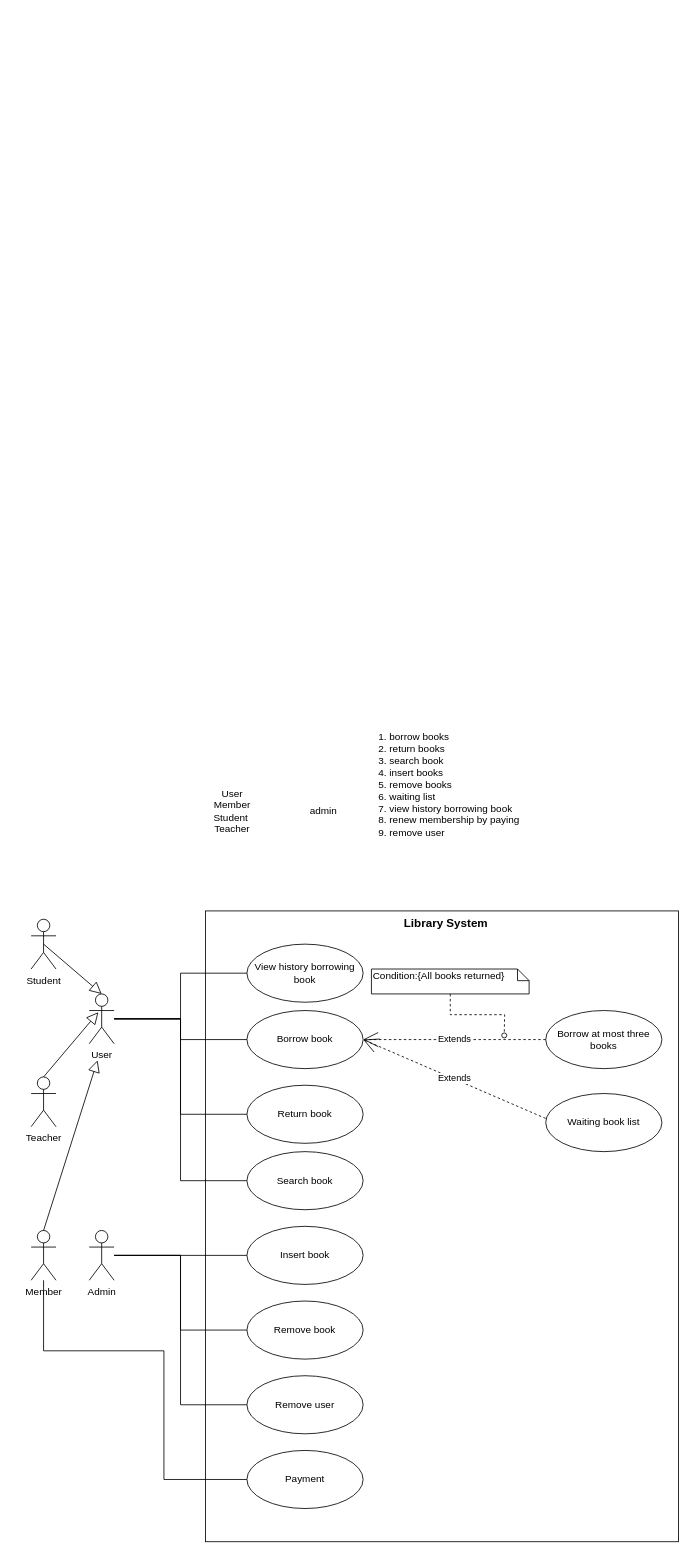
This is Homework_02/Homework_02_Group_1.drawio from vichhika/OOAD_Y3, a draw.io file, before an edit. Source tidied: cells renumbered, new cells numbered last; positions are measured from the earlier drawing's top-left corner, leaving out a move shared by most shapes. Both pictures are drawn from the tidied source at 83%, with x=0, y=0 at pixel (31, 720).
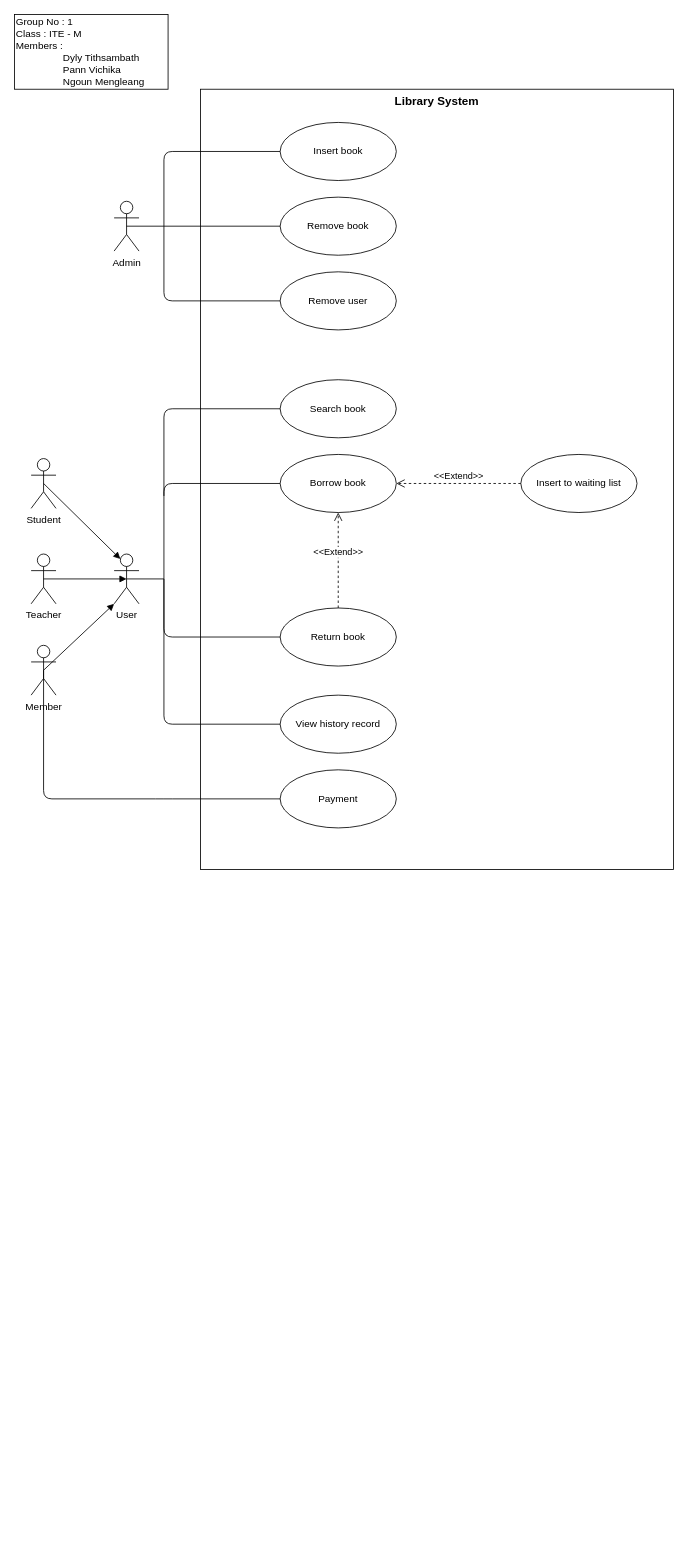
The same diagram, later.

Commit message (it also covers changes not shown here):
Corrected Some of User and reconstructed the structure

Change to the diagram source:
```diff
@@
-    <mxCell id="2" style="html=1;" parent="1" vertex="1">
-      <mxGeometry x="210" y="230" width="570" height="760" as="geometry" />
-    </mxCell>
-    <mxCell id="3" value="Borrow book" style="ellipse;whiteSpace=wrap;html=1;" parent="1" vertex="1">
-      <mxGeometry x="260" y="350" width="140" height="70" as="geometry" />
-    </mxCell>
-    <mxCell id="4" value="User&lt;br&gt;Member&lt;br&gt;Student&amp;nbsp;&lt;br&gt;Teacher" style="text;html=1;strokeColor=none;fillColor=none;align=center;verticalAlign=middle;whiteSpace=wrap;rounded=0;" parent="1" vertex="1">
-      <mxGeometry x="200" y="65" width="85" height="90" as="geometry" />
-    </mxCell>
-    <mxCell id="5" value="&lt;ol&gt;&lt;li&gt;borrow books&lt;/li&gt;&lt;li&gt;return books&lt;/li&gt;&lt;li&gt;search book&lt;/li&gt;&lt;li&gt;insert books&lt;/li&gt;&lt;li&gt;remove books&lt;/li&gt;&lt;li&gt;waiting list&lt;/li&gt;&lt;li&gt;view history borrowing book&lt;/li&gt;&lt;li&gt;renew membership by paying&lt;/li&gt;&lt;li&gt;remove user&lt;/li&gt;&lt;/ol&gt;" style="text;html=1;strokeColor=none;fillColor=none;align=left;verticalAlign=middle;whiteSpace=wrap;rounded=0;" parent="1" vertex="1">
-      <mxGeometry x="390" width="220" height="155" as="geometry" />
-    </mxCell>
-    <mxCell id="6" value="admin" style="text;html=1;strokeColor=none;fillColor=none;align=center;verticalAlign=middle;whiteSpace=wrap;rounded=0;" parent="1" vertex="1">
-      <mxGeometry x="310" y="65" width="85" height="90" as="geometry" />
-    </mxCell>
-    <mxCell id="7" value="Return book" style="ellipse;whiteSpace=wrap;html=1;" parent="1" vertex="1">
-      <mxGeometry x="260" y="440" width="140" height="70" as="geometry" />
-    </mxCell>
-    <mxCell id="8" value="Borrow at most three books" style="ellipse;whiteSpace=wrap;html=1;" parent="1" vertex="1">
-      <mxGeometry x="620" y="350" width="140" height="70" as="geometry" />
-    </mxCell>
-    <mxCell id="9" value="Search book" style="ellipse;whiteSpace=wrap;html=1;" parent="1" vertex="1">
-      <mxGeometry x="260" y="520" width="140" height="70" as="geometry" />
-    </mxCell>
-    <mxCell id="10" value="Condition:{All books returned}" style="shape=note;whiteSpace=wrap;html=1;size=14;verticalAlign=top;align=left;spacingTop=-6;" parent="1" vertex="1">
-      <mxGeometry x="410" y="300" width="190" height="30" as="geometry" />
-    </mxCell>
-    <mxCell id="11" value="Extends" style="endArrow=open;endSize=16;endFill=0;html=1;dashed=1;entryX=1;entryY=0.5;entryDx=0;entryDy=0;" parent="1" edge="1" source="8" target="3">
-      <mxGeometry relative="1" as="geometry" />
-    </mxCell>
-    <mxCell id="12" style="edgeStyle=orthogonalEdgeStyle;rounded=0;jettySize=auto;html=1;dashed=1;endArrow=oval;endFill=0;startArrow=none;startFill=0;" parent="1" edge="1" source="10">
-      <mxGeometry relative="1" as="geometry">
-        <mxPoint x="570" y="380" as="targetPoint" />
-      </mxGeometry>
-    </mxCell>
+    <mxCell id="24" value="Admin" style="shape=umlActor;verticalLabelPosition=bottom;verticalAlign=top;html=1;" parent="1" vertex="1">
+      <mxGeometry x="100" y="-625" width="30" height="60" as="geometry" />
+    </mxCell>
+    <mxCell id="25" value="Teacher" style="shape=umlActor;verticalLabelPosition=bottom;verticalAlign=top;html=1;" parent="1" vertex="1">
+      <mxGeometry y="-200" width="30" height="60" as="geometry" />
+    </mxCell>
+    <mxCell id="26" value="Student" style="shape=umlActor;verticalLabelPosition=bottom;verticalAlign=top;html=1;" parent="1" vertex="1">
+      <mxGeometry y="-315" width="30" height="60" as="geometry" />
+    </mxCell>
+    <mxCell id="31" value="User" style="shape=umlActor;verticalLabelPosition=bottom;verticalAlign=top;html=1;" parent="1" vertex="1">
+      <mxGeometry x="100" y="-200" width="30" height="60" as="geometry" />
+    </mxCell>
+    <mxCell id="33" value="Member" style="shape=umlActor;verticalLabelPosition=bottom;verticalAlign=top;html=1;" parent="1" vertex="1">
+      <mxGeometry y="-90" width="30" height="60" as="geometry" />
+    </mxCell>
+    <mxCell id="37" style="html=1;" parent="1" vertex="1">
+      <mxGeometry x="204" y="-760" width="570" height="940" as="geometry" />
+    </mxCell>
     <mxCell id="13" value="Insert book" style="ellipse;whiteSpace=wrap;html=1;" parent="1" vertex="1">
-      <mxGeometry x="260" y="610" width="140" height="70" as="geometry" />
+      <mxGeometry x="300" y="-720" width="140" height="70" as="geometry" />
     </mxCell>
     <mxCell id="14" value="Remove book" style="ellipse;whiteSpace=wrap;html=1;" parent="1" vertex="1">
-      <mxGeometry x="260" y="700" width="140" height="70" as="geometry" />
+      <mxGeometry x="300" y="-630" width="140" height="70" as="geometry" />
     </mxCell>
     <mxCell id="15" value="Remove user" style="ellipse;whiteSpace=wrap;html=1;" parent="1" vertex="1">
-      <mxGeometry x="260" y="790" width="140" height="70" as="geometry" />
+      <mxGeometry x="300" y="-540" width="140" height="70" as="geometry" />
     </mxCell>
+    <mxCell id="19" value="Payment" style="ellipse;whiteSpace=wrap;html=1;" parent="1" vertex="1">
+      <mxGeometry x="300" y="60" width="140" height="70" as="geometry" />
+    </mxCell>
+    <mxCell id="22" style="endArrow=none;html=1;exitX=0.5;exitY=0.5;exitDx=0;exitDy=0;exitPerimeter=0;entryX=0;entryY=0.5;entryDx=0;entryDy=0;" parent="1" edge="1" source="24" target="14">
+      <mxGeometry relative="1" as="geometry" />
+    </mxCell>
+    <mxCell id="38" style="endArrow=none;html=1;entryX=0;entryY=0.5;entryDx=0;entryDy=0;" parent="1" edge="1" target="13">
+      <mxGeometry relative="1" as="geometry">
+        <mxPoint x="160" y="-595" as="sourcePoint" />
+        <Array as="points">
+          <mxPoint x="160" y="-685" />
+        </Array>
+      </mxGeometry>
+    </mxCell>
+    <mxCell id="39" style="endArrow=none;html=1;entryX=0;entryY=0.5;entryDx=0;entryDy=0;" parent="1" edge="1" target="15">
+      <mxGeometry relative="1" as="geometry">
+        <mxPoint x="160" y="-595" as="sourcePoint" />
+        <Array as="points">
+          <mxPoint x="160" y="-505" />
+        </Array>
+      </mxGeometry>
+    </mxCell>
+    <mxCell id="9" value="Search book" style="ellipse;whiteSpace=wrap;html=1;" parent="1" vertex="1">
+      <mxGeometry x="300" y="-410" width="140" height="70" as="geometry" />
+    </mxCell>
+    <mxCell id="3" value="Borrow book" style="ellipse;whiteSpace=wrap;html=1;" parent="1" vertex="1">
+      <mxGeometry x="300" y="-320" width="140" height="70" as="geometry" />
+    </mxCell>
+    <mxCell id="7" value="Return book" style="ellipse;whiteSpace=wrap;html=1;" parent="1" vertex="1">
+      <mxGeometry x="300" y="-135" width="140" height="70" as="geometry" />
+    </mxCell>
+    <mxCell id="40" value="&amp;lt;&amp;lt;Extend&amp;gt;&amp;gt;" style="html=1;verticalAlign=bottom;endArrow=open;dashed=1;endSize=8;entryX=0.5;entryY=1;entryDx=0;entryDy=0;exitX=0.5;exitY=0;exitDx=0;exitDy=0;" parent="1" edge="1" source="7" target="3">
+      <mxGeometry relative="1" as="geometry" />
+    </mxCell>
-    <mxCell id="16" value="Waiting book list" style="ellipse;whiteSpace=wrap;html=1;" parent="1" vertex="1">
-      <mxGeometry x="620" y="450" width="140" height="70" as="geometry" />
+    <mxCell id="16" value="Insert to waiting list" style="ellipse;whiteSpace=wrap;html=1;" parent="1" vertex="1">
+      <mxGeometry x="590" y="-320" width="140" height="70" as="geometry" />
     </mxCell>
-    <mxCell id="17" value="Extends" style="endArrow=open;endSize=16;endFill=0;html=1;dashed=1;entryX=1;entryY=0.5;entryDx=0;entryDy=0;exitX=0;exitY=0.429;exitDx=0;exitDy=0;exitPerimeter=0;" parent="1" edge="1" source="16" target="3">
+    <mxCell id="17" value="&amp;lt;&amp;lt;Extend&amp;gt;&amp;gt;" style="html=1;verticalAlign=bottom;endArrow=open;dashed=1;endSize=8;entryX=1;entryY=0.5;entryDx=0;entryDy=0;exitX=0;exitY=0.5;exitDx=0;exitDy=0;" parent="1" edge="1" source="16" target="3">
       <mxGeometry relative="1" as="geometry" />
     </mxCell>
-    <mxCell id="18" value="View history borrowing book" style="ellipse;whiteSpace=wrap;html=1;" parent="1" vertex="1">
-      <mxGeometry x="260" y="270" width="140" height="70" as="geometry" />
+    <mxCell id="18" value="View history record" style="ellipse;whiteSpace=wrap;html=1;" parent="1" vertex="1">
+      <mxGeometry x="300" y="-30" width="140" height="70" as="geometry" />
     </mxCell>
-    <mxCell id="19" value="Payment" style="ellipse;whiteSpace=wrap;html=1;" parent="1" vertex="1">
-      <mxGeometry x="260" y="880" width="140" height="70" as="geometry" />
-    </mxCell>
+    <mxCell id="41" style="endArrow=none;html=1;entryX=0;entryY=0.5;entryDx=0;entryDy=0;" parent="1" edge="1" target="9">
+      <mxGeometry relative="1" as="geometry">
+        <mxPoint x="160" y="-270" as="sourcePoint" />
+        <Array as="points">
+          <mxPoint x="160" y="-270" />
+          <mxPoint x="160" y="-375" />
+        </Array>
+      </mxGeometry>
+    </mxCell>
+    <mxCell id="42" style="endArrow=none;html=1;entryX=0;entryY=0.5;entryDx=0;entryDy=0;" parent="1" edge="1" target="3">
+      <mxGeometry relative="1" as="geometry">
+        <mxPoint x="160" y="-170" as="sourcePoint" />
+        <Array as="points">
+          <mxPoint x="160" y="-285" />
+        </Array>
+      </mxGeometry>
+    </mxCell>
+    <mxCell id="43" style="endArrow=none;html=1;entryX=0;entryY=0.5;entryDx=0;entryDy=0;" parent="1" edge="1" target="7">
+      <mxGeometry relative="1" as="geometry">
+        <mxPoint x="160" y="-170" as="sourcePoint" />
+        <Array as="points">
+          <mxPoint x="160" y="-100" />
+        </Array>
+      </mxGeometry>
+    </mxCell>
+    <mxCell id="44" style="endArrow=none;html=1;entryX=0;entryY=0.5;entryDx=0;entryDy=0;" parent="1" edge="1" target="18">
+      <mxGeometry relative="1" as="geometry">
+        <mxPoint x="160" y="-170" as="sourcePoint" />
+        <Array as="points">
+          <mxPoint x="160" y="5" />
+        </Array>
+      </mxGeometry>
+    </mxCell>
+    <mxCell id="45" style="endArrow=none;html=1;exitX=0.5;exitY=0.5;exitDx=0;exitDy=0;exitPerimeter=0;" parent="1" edge="1" source="31">
+      <mxGeometry relative="1" as="geometry">
+        <mxPoint x="160" y="-170" as="targetPoint" />
+      </mxGeometry>
+    </mxCell>
+    <mxCell id="32" style="endArrow=none;html=1;entryX=0;entryY=0.5;entryDx=0;entryDy=0;exitX=0.5;exitY=0.5;exitDx=0;exitDy=0;exitPerimeter=0;" parent="1" edge="1" source="33" target="19">
+      <mxGeometry relative="1" as="geometry">
+        <Array as="points">
+          <mxPoint x="15" y="95" />
+          <mxPoint x="160" y="95" />
+        </Array>
+      </mxGeometry>
+    </mxCell>
     <mxCell id="20" value="&lt;font style=&quot;font-size: 14px&quot;&gt;&lt;b&gt;Library System&lt;/b&gt;&lt;/font&gt;" style="text;html=1;strokeColor=none;fillColor=none;align=center;verticalAlign=middle;whiteSpace=wrap;rounded=0;" parent="1" vertex="1">
-      <mxGeometry x="430" y="200" width="140" height="90" as="geometry" />
+      <mxGeometry x="419" y="-790" width="140" height="90" as="geometry" />
     </mxCell>
-    <mxCell id="21" style="edgeStyle=orthogonalEdgeStyle;rounded=0;jettySize=auto;html=1;entryX=0;entryY=0.5;entryDx=0;entryDy=0;startArrow=none;startFill=0;endArrow=none;endFill=0;" parent="1" edge="1" source="24" target="13">
-      <mxGeometry relative="1" as="geometry" />
-    </mxCell>
-    <mxCell id="22" style="edgeStyle=orthogonalEdgeStyle;rounded=0;jettySize=auto;html=1;entryX=0;entryY=0.5;entryDx=0;entryDy=0;startArrow=none;startFill=0;endArrow=none;endFill=0;" parent="1" edge="1" source="24" target="14">
-      <mxGeometry relative="1" as="geometry" />
-    </mxCell>
-    <mxCell id="23" style="edgeStyle=orthogonalEdgeStyle;rounded=0;jettySize=auto;html=1;entryX=0;entryY=0.5;entryDx=0;entryDy=0;startArrow=none;startFill=0;endArrow=none;endFill=0;" parent="1" edge="1" source="24" target="15">
-      <mxGeometry relative="1" as="geometry" />
-    </mxCell>
-    <mxCell id="24" value="Admin" style="shape=umlActor;verticalLabelPosition=bottom;verticalAlign=top;html=1;" parent="1" vertex="1">
-      <mxGeometry x="70" y="615" width="30" height="60" as="geometry" />
-    </mxCell>
-    <mxCell id="25" value="Teacher" style="shape=umlActor;verticalLabelPosition=bottom;verticalAlign=top;html=1;" parent="1" vertex="1">
-      <mxGeometry y="430" width="30" height="60" as="geometry" />
-    </mxCell>
-    <mxCell id="26" value="Student" style="shape=umlActor;verticalLabelPosition=bottom;verticalAlign=top;html=1;" parent="1" vertex="1">
-      <mxGeometry y="240" width="30" height="60" as="geometry" />
-    </mxCell>
-    <mxCell id="27" style="edgeStyle=orthogonalEdgeStyle;rounded=0;jettySize=auto;html=1;entryX=0;entryY=0.5;entryDx=0;entryDy=0;startArrow=none;startFill=0;endArrow=none;endFill=0;" parent="1" edge="1" source="31" target="18">
-      <mxGeometry relative="1" as="geometry" />
-    </mxCell>
-    <mxCell id="28" style="edgeStyle=orthogonalEdgeStyle;rounded=0;jettySize=auto;html=1;entryX=0;entryY=0.5;entryDx=0;entryDy=0;startArrow=none;startFill=0;endArrow=none;endFill=0;" parent="1" edge="1" source="31" target="3">
-      <mxGeometry relative="1" as="geometry" />
-    </mxCell>
-    <mxCell id="29" style="edgeStyle=orthogonalEdgeStyle;rounded=0;jettySize=auto;html=1;entryX=0;entryY=0.5;entryDx=0;entryDy=0;startArrow=none;startFill=0;endArrow=none;endFill=0;" parent="1" edge="1" source="31" target="7">
-      <mxGeometry relative="1" as="geometry" />
-    </mxCell>
-    <mxCell id="30" style="edgeStyle=orthogonalEdgeStyle;rounded=0;jettySize=auto;html=1;entryX=0;entryY=0.5;entryDx=0;entryDy=0;startArrow=none;startFill=0;endArrow=none;endFill=0;" parent="1" edge="1" source="31" target="9">
-      <mxGeometry relative="1" as="geometry" />
-    </mxCell>
-    <mxCell id="31" value="User" style="shape=umlActor;verticalLabelPosition=bottom;verticalAlign=top;html=1;" parent="1" vertex="1">
-      <mxGeometry x="70" y="330" width="30" height="60" as="geometry" />
-    </mxCell>
-    <mxCell id="32" style="edgeStyle=orthogonalEdgeStyle;rounded=0;jettySize=auto;html=1;entryX=0;entryY=0.5;entryDx=0;entryDy=0;startArrow=none;startFill=0;endArrow=none;endFill=0;" parent="1" edge="1" source="33" target="19">
-      <mxGeometry relative="1" as="geometry">
-        <Array as="points">
-          <mxPoint x="160" y="760" />
-          <mxPoint x="160" y="915" />
-        </Array>
-      </mxGeometry>
-    </mxCell>
-    <mxCell id="33" value="Member" style="shape=umlActor;verticalLabelPosition=bottom;verticalAlign=top;html=1;" parent="1" vertex="1">
-      <mxGeometry y="615" width="30" height="60" as="geometry" />
-    </mxCell>
-    <mxCell id="34" style="endArrow=block;endFill=0;endSize=12;html=1;exitX=0.5;exitY=0.5;exitDx=0;exitDy=0;exitPerimeter=0;entryX=0.5;entryY=0;entryDx=0;entryDy=0;entryPerimeter=0;" parent="1" edge="1" source="26" target="31">
+    <mxCell id="34" style="html=1;verticalAlign=bottom;endArrow=block;exitX=0.5;exitY=0.5;exitDx=0;exitDy=0;exitPerimeter=0;entryX=0.25;entryY=0.1;entryDx=0;entryDy=0;entryPerimeter=0;" parent="1" edge="1" source="26" target="31">
       <mxGeometry relative="1" as="geometry" />
     </mxCell>
-    <mxCell id="35" style="endArrow=block;endFill=0;endSize=12;html=1;exitX=0.5;exitY=0;exitDx=0;exitDy=0;exitPerimeter=0;" parent="1" edge="1" source="33">
-      <mxGeometry relative="1" as="geometry">
-        <mxPoint x="80" y="410" as="targetPoint" />
-      </mxGeometry>
-    </mxCell>
-    <mxCell id="36" style="endArrow=block;endFill=0;endSize=12;html=1;exitX=0.5;exitY=0;exitDx=0;exitDy=0;exitPerimeter=0;entryX=0.367;entryY=0.367;entryDx=0;entryDy=0;entryPerimeter=0;" parent="1" edge="1" source="25" target="31">
+    <mxCell id="36" style="html=1;verticalAlign=bottom;endArrow=block;exitX=0.5;exitY=0.5;exitDx=0;exitDy=0;exitPerimeter=0;entryX=0.5;entryY=0.5;entryDx=0;entryDy=0;entryPerimeter=0;" parent="1" edge="1" source="25" target="31">
       <mxGeometry relative="1" as="geometry" />
     </mxCell>
+    <mxCell id="46" style="html=1;verticalAlign=bottom;endArrow=block;exitX=0.5;exitY=0.5;exitDx=0;exitDy=0;exitPerimeter=0;entryX=0;entryY=1;entryDx=0;entryDy=0;entryPerimeter=0;" parent="1" edge="1" source="33" target="31">
+      <mxGeometry relative="1" as="geometry" />
+    </mxCell>
+    <mxCell id="47" value="&lt;div&gt;&lt;span&gt;Group No : 1&lt;/span&gt;&lt;/div&gt;&lt;div&gt;&lt;span&gt;Class : ITE - M&lt;/span&gt;&lt;/div&gt;&lt;div&gt;&lt;span&gt;Members :&lt;/span&gt;&lt;/div&gt;&lt;div&gt;&lt;span&gt;&amp;nbsp; &amp;nbsp; &amp;nbsp; &amp;nbsp; &amp;nbsp; &amp;nbsp; &amp;nbsp; &amp;nbsp; &amp;nbsp;Dyly Tithsambath&lt;/span&gt;&lt;/div&gt;&lt;div&gt;&lt;span&gt;&amp;nbsp; &amp;nbsp; &amp;nbsp; &amp;nbsp; &amp;nbsp; &amp;nbsp; &amp;nbsp; &amp;nbsp; &amp;nbsp;Pann Vichika&lt;/span&gt;&lt;/div&gt;&lt;div&gt;&lt;span&gt;&amp;nbsp; &amp;nbsp; &amp;nbsp; &amp;nbsp; &amp;nbsp; &amp;nbsp; &amp;nbsp; &amp;nbsp; &amp;nbsp;Ngoun Mengleang&lt;/span&gt;&lt;/div&gt;" style="rounded=0;whiteSpace=wrap;html=1;align=left;" parent="1" vertex="1">
+      <mxGeometry x="-20" y="-850" width="185" height="90" as="geometry" />
+    </mxCell>
```
